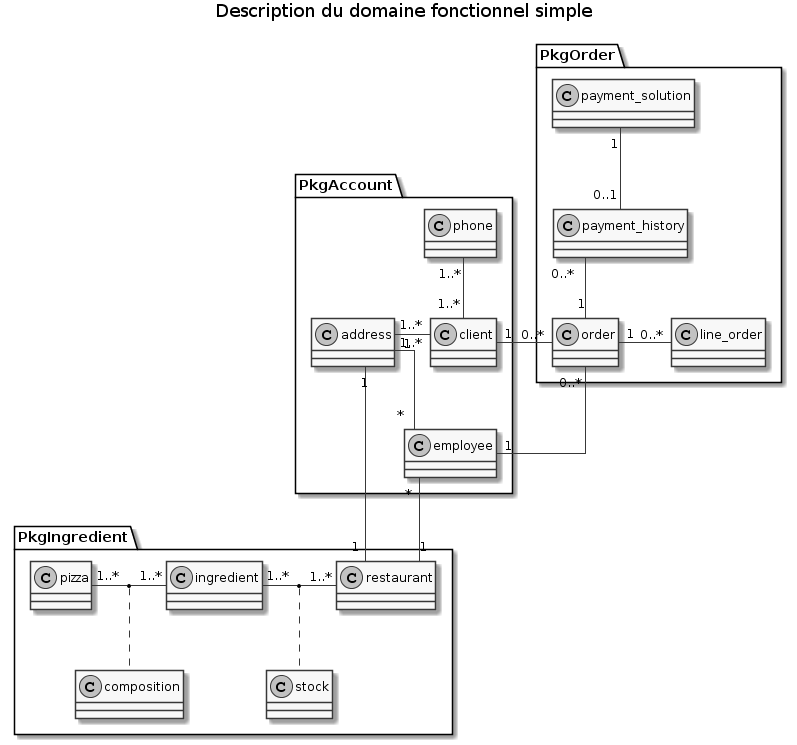
Above: functional_model_light.png in freezed/ocp6 (PlantUML), before the change. Its source is kept beside it as functional_model_light.puml.
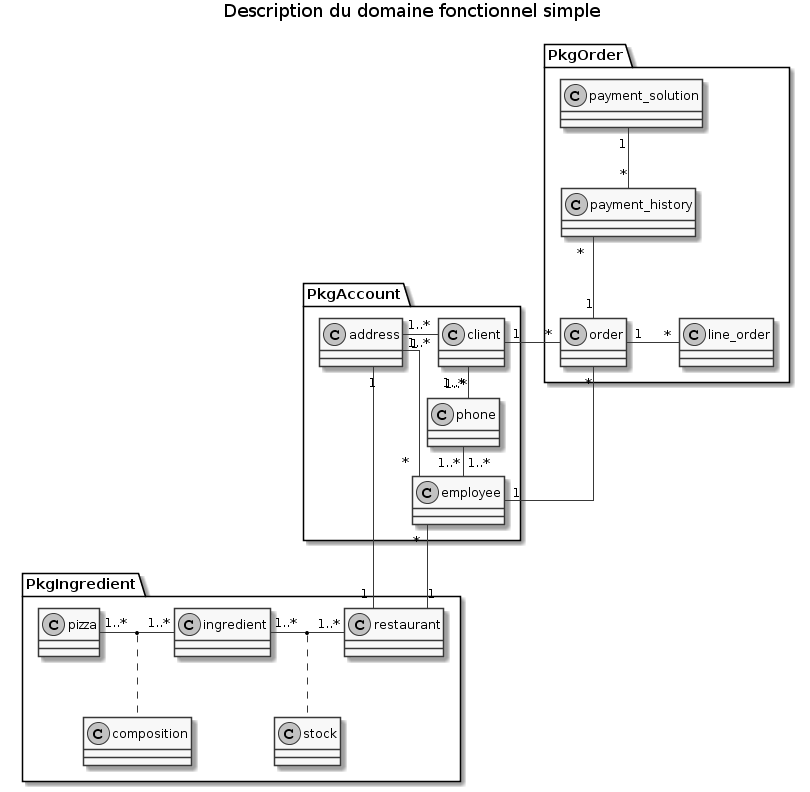
Above is the later version.

Diff of the diagram source:
```diff
@@ -11,9 +11,9 @@
     class payment_history
     class payment_solution
 
-    line_order "0..*" -left- "1" order : "    "
-    order "1" -up- "0..*" payment_history
-    payment_solution "1" -down- "0..1" payment_history
+    line_order "*" -left- "1" order : "    "
+    order "1" -up- "*" payment_history
+    payment_solution "1" -down- "*" payment_history
 }
 
 package PkgIngredient {
@@ -36,13 +36,14 @@
     class employee
     class phone
 
-    client "1..*" -up- "1..*" phone
+    client "1..*" - "1..*" phone
     client "1..*" -left- "1..*" address
     address "1" -down- "*" employee
+    phone "1..*" -right- "1..*" employee
 }
 
-employee "1" - "0..*" order
-order "0..*" - "1" client
+employee "1" - "*" order
+order "*" - "1" client
 address "1" -- "1" restaurant
 employee "*" -- "1" restaurant
 
```
